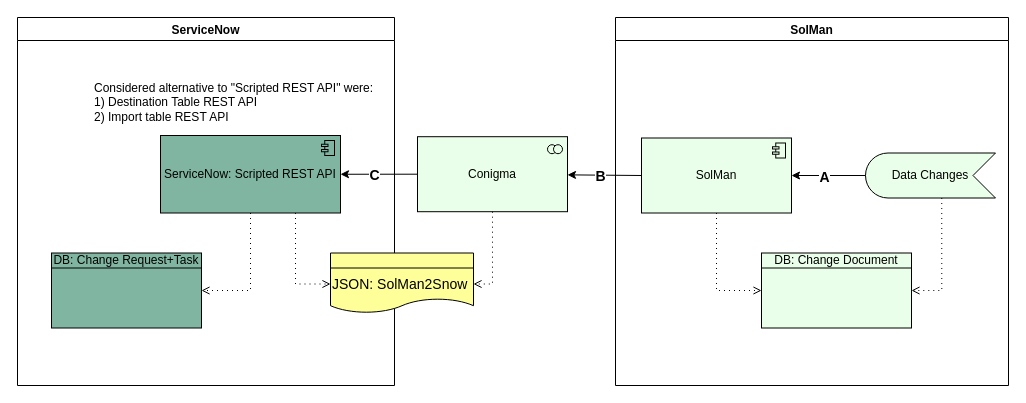
The draw.io diagram page "SolMan2Snow" (2 of 2) of SNowSpryker.drawio in algimas/tmp, before the edit. Source tidied: cells renumbered, new cells numbered last; positions are measured from the earlier drawing's top-left corner, leaving out a move shared by most shapes. Both pictures are drawn from the tidied source at 100%, with x=0, y=0 at pixel (17, 17).
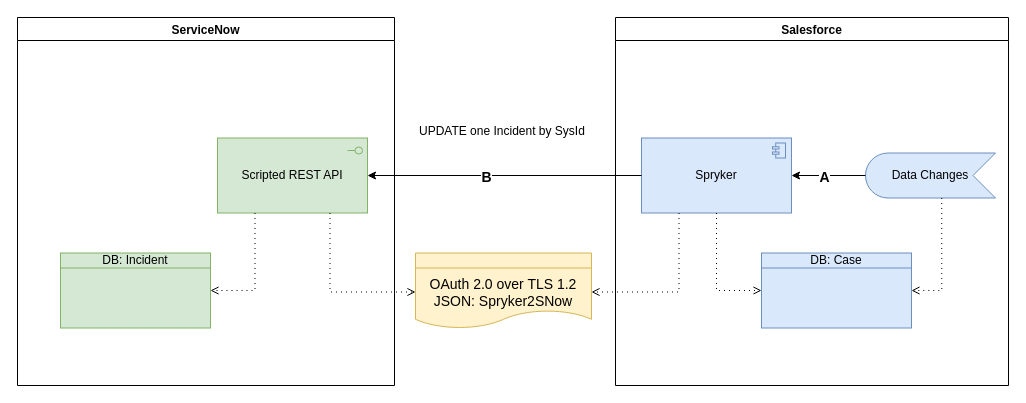
The same diagram, later.

The change refers to these unchanged cells:
```xml
<mxCell id="3" value="ServiceNow" style="swimlane;" parent="1" vertex="1">
  <mxGeometry width="377" height="368" as="geometry" />
</mxCell>
```

Change to the diagram source:
```diff
@@
-    <mxCell id="2" value="SolMan" style="swimlane;" parent="1" vertex="1">
+    <mxCell id="2" value="Salesforce" style="swimlane;" parent="1" vertex="1">
       <mxGeometry x="598" width="393" height="368" as="geometry" />
     </mxCell>
@@
-    <mxCell id="4" value="Considered alternative to &quot;Scripted REST API&quot; were:&lt;div align=&quot;left&quot;&gt;1) Destination Table REST API&lt;/div&gt;&lt;div align=&quot;left&quot;&gt;2) Import table REST API&lt;br&gt;&lt;/div&gt;" style="text;html=1;align=left;verticalAlign=middle;strokeColor=none;fillColor=none;" parent="3" vertex="1">
-      <mxGeometry x="75" y="62" width="290" height="46" as="geometry" />
-    </mxCell>
+    <mxCell id="23" value="Scripted REST API" style="html=1;outlineConnect=0;whiteSpace=wrap;fillColor=#d5e8d4;shape=mxgraph.archimate3.application;appType=interface;archiType=square;strokeColor=#82b366;" parent="3" vertex="1">
+      <mxGeometry x="200" y="120.5" width="150" height="75" as="geometry" />
+    </mxCell>
+    <mxCell id="10" value="DB: Incident" style="html=1;outlineConnect=0;whiteSpace=wrap;fillColor=#d5e8d4;shape=mxgraph.archimate3.businessObject;overflow=fill;strokeColor=#82b366;" parent="3" vertex="1">
+      <mxGeometry x="43" y="235.5" width="150" height="75" as="geometry" />
+    </mxCell>
+    <mxCell id="13" style="edgeStyle=orthogonalEdgeStyle;html=1;endArrow=open;elbow=vertical;endFill=0;dashed=1;dashPattern=1 4;rounded=0;fillColor=#00b9f2;entryX=1;entryY=0.5;entryDx=0;entryDy=0;entryPerimeter=0;exitX=0.25;exitY=1;exitDx=0;exitDy=0;exitPerimeter=0;" parent="3" edge="1" source="23" target="10">
+      <mxGeometry relative="1" as="geometry" />
+    </mxCell>
-    <mxCell id="5" value="Data Changes" style="html=1;outlineConnect=0;whiteSpace=wrap;fillColor=#EAFFE9;shape=mxgraph.archimate3.event;direction=west;" parent="1" vertex="1">
+    <mxCell id="5" value="Data Changes" style="html=1;outlineConnect=0;whiteSpace=wrap;fillColor=#dae8fc;shape=mxgraph.archimate3.event;direction=west;strokeColor=#6c8ebf;" parent="1" vertex="1">
       <mxGeometry x="848" y="135.5" width="130" height="45" as="geometry" />
     </mxCell>
-    <mxCell id="6" value="DB: Change Document" style="html=1;outlineConnect=0;whiteSpace=wrap;fillColor=#EAFFE9;shape=mxgraph.archimate3.businessObject;overflow=fill;" parent="1" vertex="1">
+    <mxCell id="6" value="DB: Case" style="html=1;outlineConnect=0;whiteSpace=wrap;fillColor=#dae8fc;shape=mxgraph.archimate3.businessObject;overflow=fill;strokeColor=#6c8ebf;" parent="1" vertex="1">
       <mxGeometry x="744" y="235.5" width="150" height="75" as="geometry" />
     </mxCell>
-    <mxCell id="7" value="SolMan" style="html=1;outlineConnect=0;whiteSpace=wrap;fillColor=#EAFFE9;shape=mxgraph.archimate3.application;appType=comp;archiType=square;" parent="1" vertex="1">
+    <mxCell id="7" value="Spryker" style="html=1;outlineConnect=0;whiteSpace=wrap;fillColor=#dae8fc;shape=mxgraph.archimate3.application;appType=comp;archiType=square;strokeColor=#6c8ebf;" parent="1" vertex="1">
       <mxGeometry x="624" y="120.5" width="150" height="75" as="geometry" />
     </mxCell>
-    <mxCell id="8" value="Conigma" style="html=1;outlineConnect=0;whiteSpace=wrap;fillColor=#EAFFE9;shape=mxgraph.archimate3.application;appType=collab;archiType=square;" parent="1" vertex="1">
-      <mxGeometry x="400" y="119.2" width="150" height="75" as="geometry" />
-    </mxCell>
-    <mxCell id="9" value="ServiceNow: Scripted REST API" style="html=1;outlineConnect=0;whiteSpace=wrap;fillColor=#80b6a1;shape=mxgraph.archimate3.application;appType=comp;archiType=square;" parent="1" vertex="1">
-      <mxGeometry x="143" y="118" width="180" height="77.5" as="geometry" />
-    </mxCell>
-    <mxCell id="10" value="DB: Change Request+Task" style="html=1;outlineConnect=0;whiteSpace=wrap;fillColor=#80b6a1;shape=mxgraph.archimate3.businessObject;overflow=fill;" parent="1" vertex="1">
-      <mxGeometry x="34" y="235.5" width="150" height="75" as="geometry" />
-    </mxCell>
@@
-    <mxCell id="13" style="edgeStyle=orthogonalEdgeStyle;html=1;endArrow=open;elbow=vertical;endFill=0;dashed=1;dashPattern=1 4;rounded=0;exitX=0.5;exitY=1;exitDx=0;exitDy=0;exitPerimeter=0;fillColor=#00b9f2;entryX=1;entryY=0.5;entryDx=0;entryDy=0;entryPerimeter=0;" parent="1" edge="1" source="9" target="10">
-      <mxGeometry relative="1" as="geometry" />
-    </mxCell>
@@
-    <mxCell id="16" style="edgeStyle=none;rounded=0;jettySize=auto;html=1;fillColor=#80b6a1;exitX=0;exitY=0.5;exitDx=0;exitDy=0;exitPerimeter=0;" parent="1" edge="1" source="7" target="8">
+    <mxCell id="16" style="edgeStyle=none;rounded=0;jettySize=auto;html=1;fillColor=#80b6a1;exitX=0;exitY=0.5;exitDx=0;exitDy=0;exitPerimeter=0;entryX=1;entryY=0.5;entryDx=0;entryDy=0;entryPerimeter=0;" parent="1" edge="1" source="7" target="23">
       <mxGeometry relative="1" as="geometry" />
     </mxCell>
@@
-    <mxCell id="18" style="edgeStyle=none;rounded=0;jettySize=auto;html=1;fillColor=#80b6a1;exitX=0;exitY=0.5;exitDx=0;exitDy=0;exitPerimeter=0;entryX=1;entryY=0.5;entryDx=0;entryDy=0;entryPerimeter=0;" parent="1" edge="1" source="8" target="9">
-      <mxGeometry relative="1" as="geometry" />
-    </mxCell>
-    <mxCell id="19" value="&lt;font style=&quot;font-size: 14px&quot;&gt;&lt;b&gt;C&lt;/b&gt;&lt;/font&gt;" style="edgeLabel;html=1;align=center;verticalAlign=middle;fillColor=#80b6a1;" parent="18" vertex="1">
-      <mxGeometry x="0.14" relative="1" as="geometry">
-        <mxPoint y="1" as="offset" />
-      </mxGeometry>
-    </mxCell>
-    <mxCell id="20" style="edgeStyle=orthogonalEdgeStyle;html=1;endArrow=open;elbow=vertical;endFill=0;dashed=1;dashPattern=1 4;rounded=0;exitX=0.5;exitY=1;exitDx=0;exitDy=0;exitPerimeter=0;entryX=1;entryY=0.5;entryDx=0;entryDy=0;entryPerimeter=0;fillColor=#80b6a1;" parent="1" edge="1" source="8" target="22">
+    <mxCell id="20" style="edgeStyle=orthogonalEdgeStyle;html=1;endArrow=open;elbow=vertical;endFill=0;dashed=1;dashPattern=1 4;rounded=0;exitX=0.25;exitY=1;exitDx=0;exitDy=0;exitPerimeter=0;entryX=1;entryY=0.5;entryDx=0;entryDy=0;entryPerimeter=0;fillColor=#80b6a1;" parent="1" edge="1" source="7" target="22">
       <mxGeometry relative="1" as="geometry" />
     </mxCell>
-    <mxCell id="21" style="edgeStyle=orthogonalEdgeStyle;html=1;endArrow=open;elbow=vertical;endFill=0;dashed=1;dashPattern=1 4;rounded=0;exitX=0.75;exitY=1;exitDx=0;exitDy=0;exitPerimeter=0;fillColor=#80b6a1;entryX=0;entryY=0.5;entryDx=0;entryDy=0;entryPerimeter=0;" parent="1" edge="1" source="9" target="22">
+    <mxCell id="21" style="edgeStyle=orthogonalEdgeStyle;html=1;endArrow=open;elbow=vertical;endFill=0;dashed=1;dashPattern=1 4;rounded=0;fillColor=#80b6a1;entryX=0;entryY=0.5;entryDx=0;entryDy=0;entryPerimeter=0;exitX=0.75;exitY=1;exitDx=0;exitDy=0;exitPerimeter=0;" parent="1" edge="1" source="23" target="22">
       <mxGeometry relative="1" as="geometry" />
     </mxCell>
-    <mxCell id="22" value="JSON: SolMan2Snow" style="html=1;outlineConnect=0;whiteSpace=wrap;fillColor=#ffff99;shape=mxgraph.archimate3.representation;fontSize=14;align=left;" parent="1" vertex="1">
-      <mxGeometry x="313" y="235.5" width="143" height="62" as="geometry" />
+    <mxCell id="22" value="OAuth 2.0 over TLS 1.2&lt;div&gt;JSON: Spryker2SNow&lt;/div&gt;" style="html=1;outlineConnect=0;whiteSpace=wrap;fillColor=#fff2cc;shape=mxgraph.archimate3.representation;fontSize=14;align=center;strokeColor=#d6b656;" parent="1" vertex="1">
+      <mxGeometry x="398" y="235.5" width="176" height="78" as="geometry" />
     </mxCell>
+    <mxCell id="24" value="UPDATE one Incident by SysId" style="text;html=1;align=left;verticalAlign=middle;strokeColor=none;fillColor=none;" parent="1" vertex="1">
+      <mxGeometry x="400" y="105" width="176" height="18" as="geometry" />
+    </mxCell>
```
